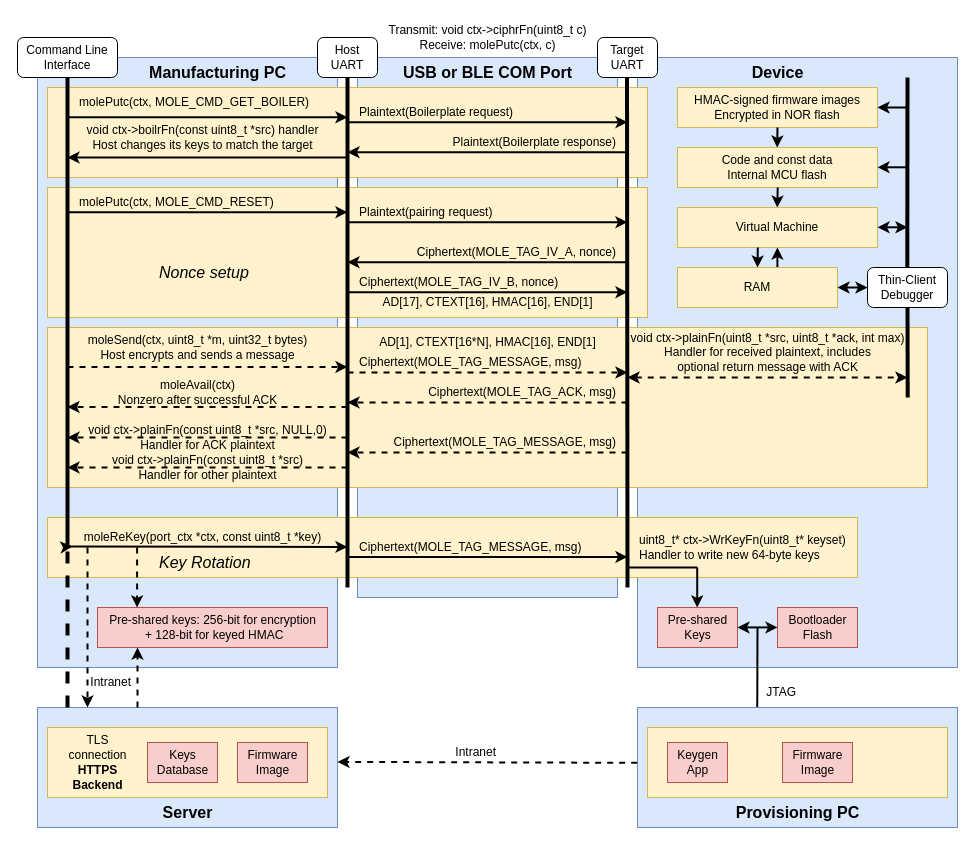
The draw.io diagram docs/call-flow.drawio in bradleyeckert/hermes, before the edit. Source tidied: cells renumbered, new cells numbered last; positions are measured from the earlier drawing's top-left corner, leaving out a move shared by most shapes. Both pictures are drawn from the tidied source at 100%, with x=0, y=0 at pixel (17, 17).
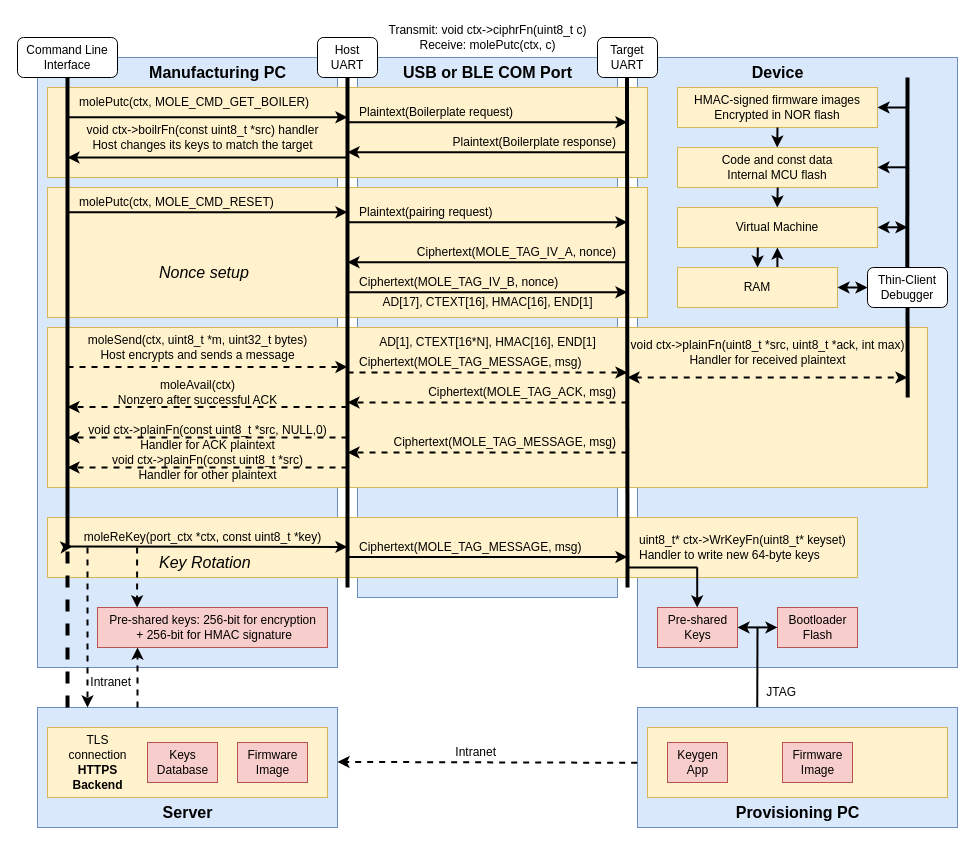
The same page after the edit.

Change to the diagram source:
```diff
@@
-    <mxCell id="32" value="void ctx-&amp;gt;plainFn(uint8_t *src, uint8_t *ack, int max)&lt;div&gt;Handler for received plaintext, includes&lt;/div&gt;&lt;div&gt;optional return message with ACK&lt;/div&gt;" style="text;html=1;align=center;verticalAlign=middle;strokeColor=none;fillColor=none;" parent="1" vertex="1">
-      <mxGeometry x="600" y="305" width="300" height="60" as="geometry" />
+    <mxCell id="32" value="void ctx-&amp;gt;plainFn(uint8_t *src, uint8_t *ack, int max)&lt;div&gt;Handler for received plaintext&lt;/div&gt;" style="text;html=1;align=center;verticalAlign=middle;strokeColor=none;fillColor=none;" parent="1" vertex="1">
+      <mxGeometry x="600" y="315" width="300" height="40" as="geometry" />
     </mxCell>
@@
-    <mxCell id="41" value="Pre-shared keys: 256-bit for encryption&lt;div&gt;&amp;nbsp;+ 128-bit for keyed HMAC&lt;/div&gt;" style="text;html=1;align=center;verticalAlign=middle;strokeColor=#b85450;fillColor=#f8cecc;" parent="1" vertex="1">
+    <mxCell id="41" value="Pre-shared keys: 256-bit for encryption&lt;div&gt;&amp;nbsp;+ 256-bit for HMAC signature&lt;/div&gt;" style="text;html=1;align=center;verticalAlign=middle;strokeColor=#b85450;fillColor=#f8cecc;" parent="1" vertex="1">
       <mxGeometry x="80" y="590" width="230" height="40" as="geometry" />
     </mxCell>
```
